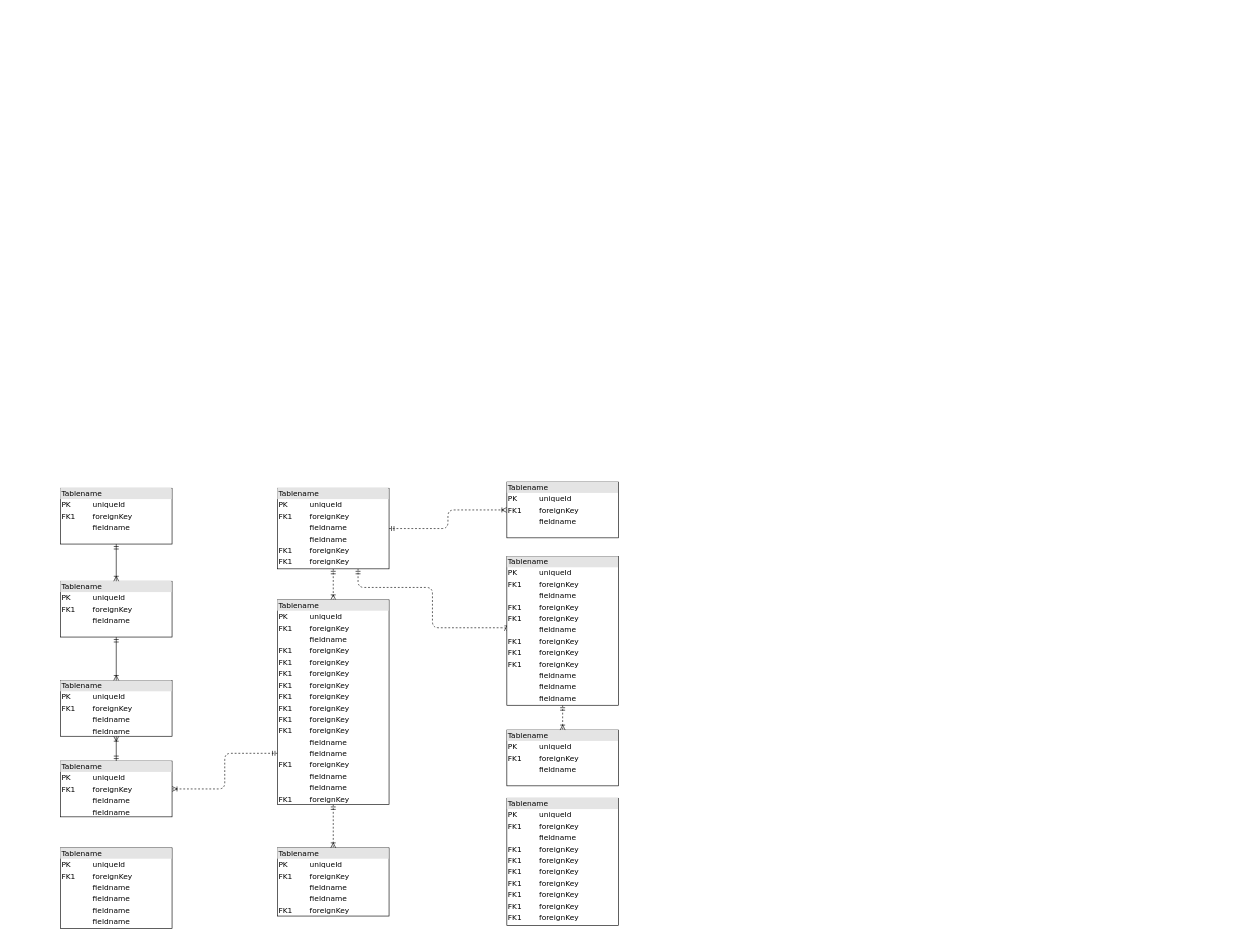
Before: Diagrama swin título.drawio in FedeLovera/Drawio, a draw.io diagram. Source tidied: cells renumbered, new cells numbered last; positions are measured from the earlier drawing's top-left corner, leaving out a move shared by most shapes. Both pictures are drawn from the tidied source at 62%, with x=0, y=0 at pixel (60, 482).
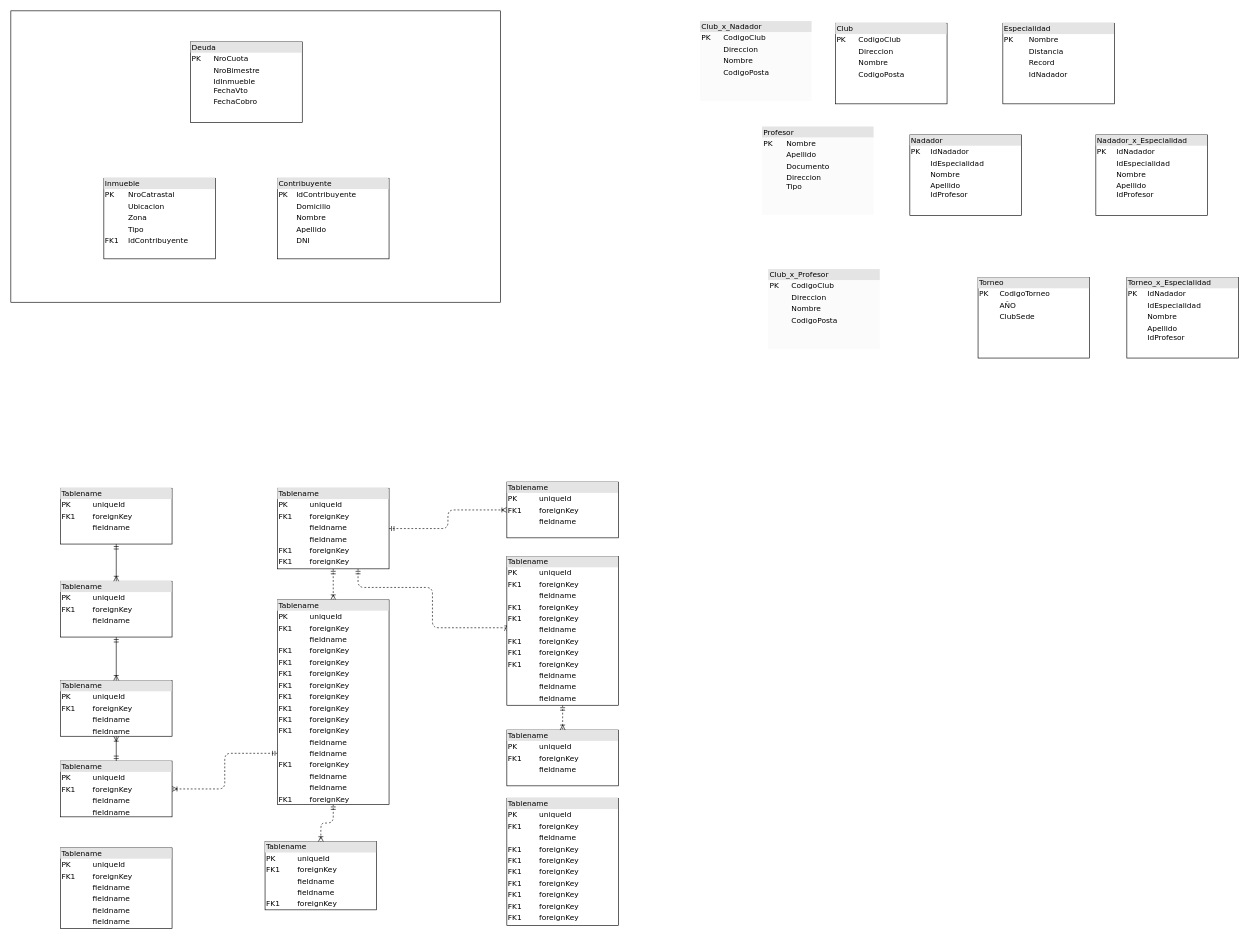
After the change.

Change to the diagram source:
```diff
@@
+    <mxCell id="23" style="rounded=0;whiteSpace=wrap;html=1;" parent="1" vertex="1">
+      <mxGeometry x="-80" y="-760" width="790" height="470" as="geometry" />
+    </mxCell>
@@
     <mxCell id="14" value="&lt;div style=&quot;box-sizing: border-box ; width: 100% ; background: #e4e4e4 ; padding: 2px&quot;&gt;Tablename&lt;/div&gt;&lt;table style=&quot;width: 100% ; font-size: 1em&quot; cellpadding=&quot;2&quot; cellspacing=&quot;0&quot;&gt;&lt;tbody&gt;&lt;tr&gt;&lt;td&gt;PK&lt;/td&gt;&lt;td&gt;uniqueId&lt;/td&gt;&lt;/tr&gt;&lt;tr&gt;&lt;td&gt;FK1&lt;/td&gt;&lt;td&gt;foreignKey&lt;/td&gt;&lt;/tr&gt;&lt;tr&gt;&lt;td&gt;&lt;/td&gt;&lt;td&gt;fieldname&lt;/td&gt;&lt;/tr&gt;&lt;tr&gt;&lt;td&gt;&lt;br&gt;&lt;/td&gt;&lt;td&gt;fieldname&lt;br&gt;&lt;/td&gt;&lt;/tr&gt;&lt;tr&gt;&lt;td&gt;FK1&lt;br&gt;&lt;/td&gt;&lt;td&gt;foreignKey&lt;br&gt;&lt;/td&gt;&lt;/tr&gt;&lt;/tbody&gt;&lt;/table&gt;" style="verticalAlign=top;align=left;overflow=fill;html=1;rounded=0;shadow=0;comic=0;labelBackgroundColor=none;strokeWidth=1;fontFamily=Verdana;fontSize=12;" parent="1" vertex="1">
-      <mxGeometry x="350" y="590" width="180" height="110" as="geometry" />
+      <mxGeometry x="330" y="580" width="180" height="110" as="geometry" />
     </mxCell>
@@
+    <mxCell id="24" value="&lt;div style=&quot;box-sizing: border-box; width: 100%; background: rgb(228, 228, 228); padding: 2px;&quot;&gt;Contribuyente&lt;/div&gt;&lt;table style=&quot;width: 100% ; font-size: 1em&quot; cellpadding=&quot;2&quot; cellspacing=&quot;0&quot;&gt;&lt;tbody&gt;&lt;tr&gt;&lt;td&gt;PK&lt;/td&gt;&lt;td&gt;IdContribuyente&lt;/td&gt;&lt;/tr&gt;&lt;tr&gt;&lt;td&gt;&lt;br&gt;&lt;/td&gt;&lt;td&gt;Domicilio&lt;/td&gt;&lt;/tr&gt;&lt;tr&gt;&lt;td&gt;&lt;/td&gt;&lt;td&gt;Nombre&lt;/td&gt;&lt;/tr&gt;&lt;tr&gt;&lt;td&gt;&lt;br&gt;&lt;/td&gt;&lt;td&gt;Apellido&lt;br&gt;&lt;/td&gt;&lt;/tr&gt;&lt;tr&gt;&lt;td&gt;&lt;br&gt;&lt;/td&gt;&lt;td&gt;DNI&lt;/td&gt;&lt;/tr&gt;&lt;tr&gt;&lt;td&gt;&lt;/td&gt;&lt;td&gt;&lt;br&gt;&lt;/td&gt;&lt;/tr&gt;&lt;/tbody&gt;&lt;/table&gt;" style="verticalAlign=top;align=left;overflow=fill;html=1;rounded=0;shadow=0;comic=0;labelBackgroundColor=none;strokeWidth=1;fontFamily=Verdana;fontSize=12;" parent="1" vertex="1">
+      <mxGeometry x="350" y="-490" width="180" height="130" as="geometry" />
+    </mxCell>
+    <mxCell id="25" value="&lt;div style=&quot;box-sizing: border-box; width: 100%; background: rgb(228, 228, 228); padding: 2px;&quot;&gt;Inmueble&lt;/div&gt;&lt;table style=&quot;width: 100% ; font-size: 1em&quot; cellpadding=&quot;2&quot; cellspacing=&quot;0&quot;&gt;&lt;tbody&gt;&lt;tr&gt;&lt;td&gt;PK&lt;/td&gt;&lt;td&gt;NroCatrastal&lt;/td&gt;&lt;/tr&gt;&lt;tr&gt;&lt;td&gt;&amp;nbsp; &amp;nbsp;&lt;/td&gt;&lt;td&gt;Ubicacion&lt;/td&gt;&lt;/tr&gt;&lt;tr&gt;&lt;td&gt;&lt;/td&gt;&lt;td&gt;Zona&lt;/td&gt;&lt;/tr&gt;&lt;tr&gt;&lt;td&gt;&lt;br&gt;&lt;/td&gt;&lt;td&gt;Tipo&lt;br&gt;&lt;/td&gt;&lt;/tr&gt;&lt;tr&gt;&lt;td&gt;FK1&lt;br&gt;&lt;/td&gt;&lt;td&gt;IdContribuyente&lt;/td&gt;&lt;/tr&gt;&lt;tr&gt;&lt;td&gt;&lt;/td&gt;&lt;td&gt;&lt;br&gt;&lt;/td&gt;&lt;/tr&gt;&lt;/tbody&gt;&lt;/table&gt;" style="verticalAlign=top;align=left;overflow=fill;html=1;rounded=0;shadow=0;comic=0;labelBackgroundColor=none;strokeWidth=1;fontFamily=Verdana;fontSize=12;" parent="1" vertex="1">
+      <mxGeometry x="70" y="-490" width="180" height="130" as="geometry" />
+    </mxCell>
+    <mxCell id="26" value="&lt;div style=&quot;box-sizing: border-box; width: 100%; background: rgb(228, 228, 228); padding: 2px;&quot;&gt;Deuda&lt;/div&gt;&lt;table style=&quot;width: 100% ; font-size: 1em&quot; cellpadding=&quot;2&quot; cellspacing=&quot;0&quot;&gt;&lt;tbody&gt;&lt;tr&gt;&lt;td&gt;PK&lt;/td&gt;&lt;td&gt;NroCuota&lt;/td&gt;&lt;/tr&gt;&lt;tr&gt;&lt;td&gt;&amp;nbsp; &amp;nbsp;&lt;/td&gt;&lt;td&gt;NroBimestre&lt;/td&gt;&lt;/tr&gt;&lt;tr&gt;&lt;td&gt;&lt;/td&gt;&lt;td&gt;IdInmueble&lt;br&gt;FechaVto&lt;/td&gt;&lt;/tr&gt;&lt;tr&gt;&lt;td&gt;&lt;br&gt;&lt;/td&gt;&lt;td&gt;FechaCobro&lt;/td&gt;&lt;/tr&gt;&lt;tr&gt;&lt;td&gt;&lt;br&gt;&lt;/td&gt;&lt;td&gt;&lt;br&gt;&lt;/td&gt;&lt;/tr&gt;&lt;tr&gt;&lt;td&gt;&lt;/td&gt;&lt;td&gt;&lt;br&gt;&lt;/td&gt;&lt;/tr&gt;&lt;/tbody&gt;&lt;/table&gt;" style="verticalAlign=top;align=left;overflow=fill;html=1;rounded=0;shadow=0;comic=0;labelBackgroundColor=none;strokeWidth=1;fontFamily=Verdana;fontSize=12;" parent="1" vertex="1">
+      <mxGeometry x="210" y="-710" width="180" height="130" as="geometry" />
+    </mxCell>
+    <mxCell id="27" value="&lt;div style=&quot;box-sizing: border-box; width: 100%; background: rgb(228, 228, 228); padding: 2px;&quot;&gt;Club&lt;/div&gt;&lt;table style=&quot;width: 100% ; font-size: 1em&quot; cellpadding=&quot;2&quot; cellspacing=&quot;0&quot;&gt;&lt;tbody&gt;&lt;tr&gt;&lt;td&gt;PK&lt;/td&gt;&lt;td&gt;CodigoClub&lt;/td&gt;&lt;/tr&gt;&lt;tr&gt;&lt;td&gt;&lt;br&gt;&lt;/td&gt;&lt;td&gt;Direccion&lt;/td&gt;&lt;/tr&gt;&lt;tr&gt;&lt;td&gt;&lt;/td&gt;&lt;td&gt;Nombre&lt;/td&gt;&lt;/tr&gt;&lt;tr&gt;&lt;td&gt;&lt;br&gt;&lt;/td&gt;&lt;td&gt;CodigoPosta&lt;br&gt;&lt;/td&gt;&lt;/tr&gt;&lt;tr&gt;&lt;td&gt;&lt;br&gt;&lt;/td&gt;&lt;td&gt;&lt;br&gt;&lt;/td&gt;&lt;/tr&gt;&lt;tr&gt;&lt;td&gt;&lt;/td&gt;&lt;td&gt;&lt;br&gt;&lt;/td&gt;&lt;/tr&gt;&lt;/tbody&gt;&lt;/table&gt;" style="verticalAlign=top;align=left;overflow=fill;html=1;rounded=0;shadow=0;comic=0;labelBackgroundColor=none;strokeWidth=1;fontFamily=Verdana;fontSize=12;" parent="1" vertex="1">
+      <mxGeometry x="1250" y="-740" width="180" height="130" as="geometry" />
+    </mxCell>
+    <mxCell id="28" value="&lt;div style=&quot;box-sizing: border-box; width: 100%; background: rgb(228, 228, 228); padding: 2px;&quot;&gt;Especialidad&lt;/div&gt;&lt;table style=&quot;width: 100% ; font-size: 1em&quot; cellpadding=&quot;2&quot; cellspacing=&quot;0&quot;&gt;&lt;tbody&gt;&lt;tr&gt;&lt;td&gt;PK&lt;/td&gt;&lt;td&gt;Nombre&lt;/td&gt;&lt;/tr&gt;&lt;tr&gt;&lt;td&gt;&lt;br&gt;&lt;/td&gt;&lt;td&gt;Distancia&lt;/td&gt;&lt;/tr&gt;&lt;tr&gt;&lt;td&gt;&lt;/td&gt;&lt;td&gt;Record&lt;/td&gt;&lt;/tr&gt;&lt;tr&gt;&lt;td&gt;&lt;br&gt;&lt;/td&gt;&lt;td&gt;IdNadador&lt;br&gt;&lt;/td&gt;&lt;/tr&gt;&lt;tr&gt;&lt;td&gt;&lt;br&gt;&lt;/td&gt;&lt;td&gt;&lt;br&gt;&lt;/td&gt;&lt;/tr&gt;&lt;tr&gt;&lt;td&gt;&lt;/td&gt;&lt;td&gt;&lt;br&gt;&lt;/td&gt;&lt;/tr&gt;&lt;/tbody&gt;&lt;/table&gt;" style="verticalAlign=top;align=left;overflow=fill;html=1;rounded=0;shadow=0;comic=0;labelBackgroundColor=none;strokeWidth=1;fontFamily=Verdana;fontSize=12;" parent="1" vertex="1">
+      <mxGeometry x="1520" y="-740" width="180" height="130" as="geometry" />
+    </mxCell>
+    <mxCell id="29" value="&lt;div style=&quot;box-sizing: border-box; width: 100%; background: rgb(228, 228, 228); padding: 2px;&quot;&gt;Nadador&lt;/div&gt;&lt;table style=&quot;width: 100% ; font-size: 1em&quot; cellpadding=&quot;2&quot; cellspacing=&quot;0&quot;&gt;&lt;tbody&gt;&lt;tr&gt;&lt;td&gt;PK&lt;/td&gt;&lt;td&gt;IdNadador&lt;/td&gt;&lt;/tr&gt;&lt;tr&gt;&lt;td&gt;&lt;br&gt;&lt;/td&gt;&lt;td&gt;IdEspecialidad&lt;/td&gt;&lt;/tr&gt;&lt;tr&gt;&lt;td&gt;&lt;/td&gt;&lt;td&gt;Nombre&lt;/td&gt;&lt;/tr&gt;&lt;tr&gt;&lt;td&gt;&lt;br&gt;&lt;/td&gt;&lt;td&gt;Apellido&lt;br&gt;IdProfesor&lt;/td&gt;&lt;/tr&gt;&lt;tr&gt;&lt;td&gt;&lt;br&gt;&lt;/td&gt;&lt;td&gt;&lt;br&gt;&lt;/td&gt;&lt;/tr&gt;&lt;tr&gt;&lt;td&gt;&lt;/td&gt;&lt;td&gt;&lt;br&gt;&lt;/td&gt;&lt;/tr&gt;&lt;/tbody&gt;&lt;/table&gt;" style="verticalAlign=top;align=left;overflow=fill;html=1;rounded=0;shadow=0;comic=0;labelBackgroundColor=none;strokeWidth=1;fontFamily=Verdana;fontSize=12;" parent="1" vertex="1">
+      <mxGeometry x="1370" y="-560" width="180" height="130" as="geometry" />
+    </mxCell>
+    <mxCell id="30" value="&lt;div style=&quot;forced-color-adjust: none; color: rgb(0, 0, 0); font-family: Verdana; font-size: 12px; font-style: normal; font-variant-ligatures: normal; font-variant-caps: normal; font-weight: 400; letter-spacing: normal; orphans: 2; text-align: left; text-indent: 0px; text-transform: none; widows: 2; word-spacing: 0px; -webkit-text-stroke-width: 0px; white-space: nowrap; text-decoration-thickness: initial; text-decoration-style: initial; text-decoration-color: initial; box-sizing: border-box; width: 180px; background: light-dark(rgb(228, 228, 228), rgb(41, 41, 41)); padding: 2px;&quot;&gt;Profesor&lt;/div&gt;&lt;table cellspacing=&quot;0&quot; cellpadding=&quot;2&quot; style=&quot;forced-color-adjust: none; color: rgb(0, 0, 0); font-family: Verdana; font-size: 1em; font-style: normal; font-variant-ligatures: normal; font-variant-caps: normal; font-weight: 400; letter-spacing: normal; orphans: 2; text-align: left; text-transform: none; widows: 2; word-spacing: 0px; -webkit-text-stroke-width: 0px; white-space: nowrap; background-color: rgb(251, 251, 251); text-decoration-thickness: initial; text-decoration-style: initial; text-decoration-color: initial; width: 180px;&quot;&gt;&lt;tbody style=&quot;forced-color-adjust: none;&quot;&gt;&lt;tr style=&quot;forced-color-adjust: none;&quot;&gt;&lt;td style=&quot;forced-color-adjust: none;&quot;&gt;PK&lt;/td&gt;&lt;td style=&quot;forced-color-adjust: none;&quot;&gt;Nombre&lt;/td&gt;&lt;/tr&gt;&lt;tr style=&quot;forced-color-adjust: none;&quot;&gt;&lt;td style=&quot;forced-color-adjust: none;&quot;&gt;&lt;br style=&quot;forced-color-adjust: none;&quot;&gt;&lt;/td&gt;&lt;td style=&quot;forced-color-adjust: none;&quot;&gt;Apellido&lt;/td&gt;&lt;/tr&gt;&lt;tr style=&quot;forced-color-adjust: none;&quot;&gt;&lt;td style=&quot;forced-color-adjust: none;&quot;&gt;&lt;/td&gt;&lt;td style=&quot;forced-color-adjust: none;&quot;&gt;Documento&lt;/td&gt;&lt;/tr&gt;&lt;tr style=&quot;forced-color-adjust: none;&quot;&gt;&lt;td style=&quot;forced-color-adjust: none;&quot;&gt;&lt;br style=&quot;forced-color-adjust: none;&quot;&gt;&lt;/td&gt;&lt;td style=&quot;forced-color-adjust: none;&quot;&gt;Direccion&lt;br style=&quot;forced-color-adjust: none;&quot;&gt;Tipo&lt;/td&gt;&lt;/tr&gt;&lt;tr style=&quot;forced-color-adjust: none;&quot;&gt;&lt;td style=&quot;forced-color-adjust: none;&quot;&gt;&lt;br style=&quot;forced-color-adjust: none;&quot;&gt;&lt;/td&gt;&lt;td style=&quot;forced-color-adjust: none;&quot;&gt;&lt;br style=&quot;forced-color-adjust: none;&quot;&gt;&lt;/td&gt;&lt;/tr&gt;&lt;tr style=&quot;forced-color-adjust: none;&quot;&gt;&lt;td style=&quot;forced-color-adjust: none;&quot;&gt;&lt;/td&gt;&lt;td style=&quot;forced-color-adjust: none;&quot;&gt;&lt;br style=&quot;forced-color-adjust: none;&quot;&gt;&lt;/td&gt;&lt;/tr&gt;&lt;/tbody&gt;&lt;/table&gt;" style="text;whiteSpace=wrap;html=1;" parent="1" vertex="1">
+      <mxGeometry x="1130" y="-580" width="210" height="170" as="geometry" />
+    </mxCell>
+    <mxCell id="31" value="&lt;div style=&quot;box-sizing: border-box; width: 100%; background: rgb(228, 228, 228); padding: 2px;&quot;&gt;Nadador_x_Especialidad&lt;/div&gt;&lt;table style=&quot;width: 100% ; font-size: 1em&quot; cellpadding=&quot;2&quot; cellspacing=&quot;0&quot;&gt;&lt;tbody&gt;&lt;tr&gt;&lt;td&gt;PK&lt;/td&gt;&lt;td&gt;IdNadador&lt;/td&gt;&lt;/tr&gt;&lt;tr&gt;&lt;td&gt;&lt;br&gt;&lt;/td&gt;&lt;td&gt;IdEspecialidad&lt;/td&gt;&lt;/tr&gt;&lt;tr&gt;&lt;td&gt;&lt;/td&gt;&lt;td&gt;Nombre&lt;/td&gt;&lt;/tr&gt;&lt;tr&gt;&lt;td&gt;&lt;br&gt;&lt;/td&gt;&lt;td&gt;Apellido&lt;br&gt;IdProfesor&lt;/td&gt;&lt;/tr&gt;&lt;tr&gt;&lt;td&gt;&lt;br&gt;&lt;/td&gt;&lt;td&gt;&lt;br&gt;&lt;/td&gt;&lt;/tr&gt;&lt;tr&gt;&lt;td&gt;&lt;/td&gt;&lt;td&gt;&lt;br&gt;&lt;/td&gt;&lt;/tr&gt;&lt;/tbody&gt;&lt;/table&gt;" style="verticalAlign=top;align=left;overflow=fill;html=1;rounded=0;shadow=0;comic=0;labelBackgroundColor=none;strokeWidth=1;fontFamily=Verdana;fontSize=12;" parent="1" vertex="1">
+      <mxGeometry x="1670" y="-560" width="180" height="130" as="geometry" />
+    </mxCell>
+    <mxCell id="32" value="&lt;div style=&quot;forced-color-adjust: none; color: rgb(0, 0, 0); font-family: Verdana; font-size: 12px; font-style: normal; font-variant-ligatures: normal; font-variant-caps: normal; font-weight: 400; letter-spacing: normal; orphans: 2; text-align: left; text-indent: 0px; text-transform: none; widows: 2; word-spacing: 0px; -webkit-text-stroke-width: 0px; white-space: nowrap; text-decoration-thickness: initial; text-decoration-style: initial; text-decoration-color: initial; box-sizing: border-box; width: 180px; background: light-dark(rgb(228, 228, 228), rgb(41, 41, 41)); padding: 2px;&quot;&gt;Club_x_Nadador&lt;/div&gt;&lt;table cellspacing=&quot;0&quot; cellpadding=&quot;2&quot; style=&quot;forced-color-adjust: none; color: rgb(0, 0, 0); font-family: Verdana; font-size: 1em; font-style: normal; font-variant-ligatures: normal; font-variant-caps: normal; font-weight: 400; letter-spacing: normal; orphans: 2; text-align: left; text-transform: none; widows: 2; word-spacing: 0px; -webkit-text-stroke-width: 0px; white-space: nowrap; background-color: rgb(251, 251, 251); text-decoration-thickness: initial; text-decoration-style: initial; text-decoration-color: initial; width: 180px;&quot;&gt;&lt;tbody style=&quot;forced-color-adjust: none;&quot;&gt;&lt;tr style=&quot;forced-color-adjust: none;&quot;&gt;&lt;td style=&quot;forced-color-adjust: none;&quot;&gt;PK&lt;/td&gt;&lt;td style=&quot;forced-color-adjust: none;&quot;&gt;CodigoClub&lt;/td&gt;&lt;/tr&gt;&lt;tr style=&quot;forced-color-adjust: none;&quot;&gt;&lt;td style=&quot;forced-color-adjust: none;&quot;&gt;&lt;br style=&quot;forced-color-adjust: none;&quot;&gt;&lt;/td&gt;&lt;td style=&quot;forced-color-adjust: none;&quot;&gt;Direccion&lt;/td&gt;&lt;/tr&gt;&lt;tr style=&quot;forced-color-adjust: none;&quot;&gt;&lt;td style=&quot;forced-color-adjust: none;&quot;&gt;&lt;/td&gt;&lt;td style=&quot;forced-color-adjust: none;&quot;&gt;Nombre&lt;/td&gt;&lt;/tr&gt;&lt;tr style=&quot;forced-color-adjust: none;&quot;&gt;&lt;td style=&quot;forced-color-adjust: none;&quot;&gt;&lt;br style=&quot;forced-color-adjust: none;&quot;&gt;&lt;/td&gt;&lt;td style=&quot;forced-color-adjust: none;&quot;&gt;CodigoPosta&lt;br style=&quot;forced-color-adjust: none;&quot;&gt;&lt;/td&gt;&lt;/tr&gt;&lt;tr style=&quot;forced-color-adjust: none;&quot;&gt;&lt;td style=&quot;forced-color-adjust: none;&quot;&gt;&lt;br style=&quot;forced-color-adjust: none;&quot;&gt;&lt;/td&gt;&lt;td style=&quot;forced-color-adjust: none;&quot;&gt;&lt;br style=&quot;forced-color-adjust: none;&quot;&gt;&lt;/td&gt;&lt;/tr&gt;&lt;tr style=&quot;forced-color-adjust: none;&quot;&gt;&lt;td style=&quot;forced-color-adjust: none;&quot;&gt;&lt;/td&gt;&lt;td style=&quot;forced-color-adjust: none;&quot;&gt;&lt;br style=&quot;forced-color-adjust: none;&quot;&gt;&lt;/td&gt;&lt;/tr&gt;&lt;/tbody&gt;&lt;/table&gt;" style="text;whiteSpace=wrap;html=1;" parent="1" vertex="1">
+      <mxGeometry x="1030" y="-750" width="210" height="150" as="geometry" />
+    </mxCell>
+    <mxCell id="33" value="&lt;div style=&quot;forced-color-adjust: none; color: rgb(0, 0, 0); font-family: Verdana; font-size: 12px; font-style: normal; font-variant-ligatures: normal; font-variant-caps: normal; font-weight: 400; letter-spacing: normal; orphans: 2; text-align: left; text-indent: 0px; text-transform: none; widows: 2; word-spacing: 0px; -webkit-text-stroke-width: 0px; white-space: nowrap; text-decoration-thickness: initial; text-decoration-style: initial; text-decoration-color: initial; box-sizing: border-box; width: 180px; background: light-dark(rgb(228, 228, 228), rgb(41, 41, 41)); padding: 2px;&quot;&gt;Club_x_Profesor&lt;/div&gt;&lt;table cellspacing=&quot;0&quot; cellpadding=&quot;2&quot; style=&quot;forced-color-adjust: none; color: rgb(0, 0, 0); font-family: Verdana; font-size: 1em; font-style: normal; font-variant-ligatures: normal; font-variant-caps: normal; font-weight: 400; letter-spacing: normal; orphans: 2; text-align: left; text-transform: none; widows: 2; word-spacing: 0px; -webkit-text-stroke-width: 0px; white-space: nowrap; background-color: rgb(251, 251, 251); text-decoration-thickness: initial; text-decoration-style: initial; text-decoration-color: initial; width: 180px;&quot;&gt;&lt;tbody style=&quot;forced-color-adjust: none;&quot;&gt;&lt;tr style=&quot;forced-color-adjust: none;&quot;&gt;&lt;td style=&quot;forced-color-adjust: none;&quot;&gt;PK&lt;/td&gt;&lt;td style=&quot;forced-color-adjust: none;&quot;&gt;CodigoClub&lt;/td&gt;&lt;/tr&gt;&lt;tr style=&quot;forced-color-adjust: none;&quot;&gt;&lt;td style=&quot;forced-color-adjust: none;&quot;&gt;&lt;br style=&quot;forced-color-adjust: none;&quot;&gt;&lt;/td&gt;&lt;td style=&quot;forced-color-adjust: none;&quot;&gt;Direccion&lt;/td&gt;&lt;/tr&gt;&lt;tr style=&quot;forced-color-adjust: none;&quot;&gt;&lt;td style=&quot;forced-color-adjust: none;&quot;&gt;&lt;/td&gt;&lt;td style=&quot;forced-color-adjust: none;&quot;&gt;Nombre&lt;/td&gt;&lt;/tr&gt;&lt;tr style=&quot;forced-color-adjust: none;&quot;&gt;&lt;td style=&quot;forced-color-adjust: none;&quot;&gt;&lt;br style=&quot;forced-color-adjust: none;&quot;&gt;&lt;/td&gt;&lt;td style=&quot;forced-color-adjust: none;&quot;&gt;CodigoPosta&lt;br style=&quot;forced-color-adjust: none;&quot;&gt;&lt;/td&gt;&lt;/tr&gt;&lt;tr style=&quot;forced-color-adjust: none;&quot;&gt;&lt;td style=&quot;forced-color-adjust: none;&quot;&gt;&lt;br style=&quot;forced-color-adjust: none;&quot;&gt;&lt;/td&gt;&lt;td style=&quot;forced-color-adjust: none;&quot;&gt;&lt;br style=&quot;forced-color-adjust: none;&quot;&gt;&lt;/td&gt;&lt;/tr&gt;&lt;tr style=&quot;forced-color-adjust: none;&quot;&gt;&lt;td style=&quot;forced-color-adjust: none;&quot;&gt;&lt;/td&gt;&lt;td style=&quot;forced-color-adjust: none;&quot;&gt;&lt;br style=&quot;forced-color-adjust: none;&quot;&gt;&lt;/td&gt;&lt;/tr&gt;&lt;/tbody&gt;&lt;/table&gt;" style="text;whiteSpace=wrap;html=1;" parent="1" vertex="1">
+      <mxGeometry x="1140" y="-350" width="210" height="150" as="geometry" />
+    </mxCell>
+    <mxCell id="34" value="&lt;div style=&quot;box-sizing: border-box; width: 100%; background: rgb(228, 228, 228); padding: 2px;&quot;&gt;Torneo&lt;/div&gt;&lt;table style=&quot;width: 100% ; font-size: 1em&quot; cellpadding=&quot;2&quot; cellspacing=&quot;0&quot;&gt;&lt;tbody&gt;&lt;tr&gt;&lt;td&gt;PK&lt;/td&gt;&lt;td&gt;CodigoTorneo&lt;/td&gt;&lt;/tr&gt;&lt;tr&gt;&lt;td&gt;&lt;br&gt;&lt;/td&gt;&lt;td&gt;AÑO&lt;/td&gt;&lt;/tr&gt;&lt;tr&gt;&lt;td&gt;&lt;/td&gt;&lt;td&gt;ClubSede&lt;/td&gt;&lt;/tr&gt;&lt;tr&gt;&lt;td&gt;&lt;br&gt;&lt;/td&gt;&lt;td&gt;&lt;br&gt;&lt;br&gt;&lt;/td&gt;&lt;/tr&gt;&lt;tr&gt;&lt;td&gt;&lt;br&gt;&lt;/td&gt;&lt;td&gt;&lt;br&gt;&lt;/td&gt;&lt;/tr&gt;&lt;tr&gt;&lt;td&gt;&lt;/td&gt;&lt;td&gt;&lt;br&gt;&lt;/td&gt;&lt;/tr&gt;&lt;/tbody&gt;&lt;/table&gt;" style="verticalAlign=top;align=left;overflow=fill;html=1;rounded=0;shadow=0;comic=0;labelBackgroundColor=none;strokeWidth=1;fontFamily=Verdana;fontSize=12;" parent="1" vertex="1">
+      <mxGeometry x="1480" y="-330" width="180" height="130" as="geometry" />
+    </mxCell>
+    <mxCell id="35" value="&lt;div style=&quot;box-sizing: border-box; width: 100%; background: rgb(228, 228, 228); padding: 2px;&quot;&gt;Torneo_x_Especialidad&lt;/div&gt;&lt;table style=&quot;width: 100% ; font-size: 1em&quot; cellpadding=&quot;2&quot; cellspacing=&quot;0&quot;&gt;&lt;tbody&gt;&lt;tr&gt;&lt;td&gt;PK&lt;/td&gt;&lt;td&gt;IdNadador&lt;/td&gt;&lt;/tr&gt;&lt;tr&gt;&lt;td&gt;&lt;br&gt;&lt;/td&gt;&lt;td&gt;IdEspecialidad&lt;/td&gt;&lt;/tr&gt;&lt;tr&gt;&lt;td&gt;&lt;/td&gt;&lt;td&gt;Nombre&lt;/td&gt;&lt;/tr&gt;&lt;tr&gt;&lt;td&gt;&lt;br&gt;&lt;/td&gt;&lt;td&gt;Apellido&lt;br&gt;IdProfesor&lt;/td&gt;&lt;/tr&gt;&lt;tr&gt;&lt;td&gt;&lt;br&gt;&lt;/td&gt;&lt;td&gt;&lt;br&gt;&lt;/td&gt;&lt;/tr&gt;&lt;tr&gt;&lt;td&gt;&lt;/td&gt;&lt;td&gt;&lt;br&gt;&lt;/td&gt;&lt;/tr&gt;&lt;/tbody&gt;&lt;/table&gt;" style="verticalAlign=top;align=left;overflow=fill;html=1;rounded=0;shadow=0;comic=0;labelBackgroundColor=none;strokeWidth=1;fontFamily=Verdana;fontSize=12;" parent="1" vertex="1">
+      <mxGeometry x="1720" y="-330" width="180" height="130" as="geometry" />
+    </mxCell>
```
